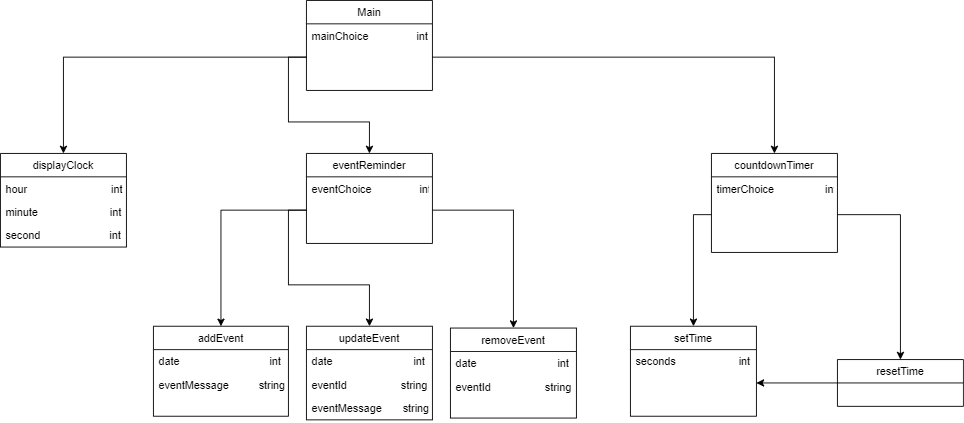
Earlier version of the draw.io export 2_Design/classdiagram.png (HritujWadyalkar/STEPin_MiniProject). Source tidied: cells renumbered, new cells last; positions are measured from the earlier drawing's top-left corner, leaving out a move shared by most shapes.
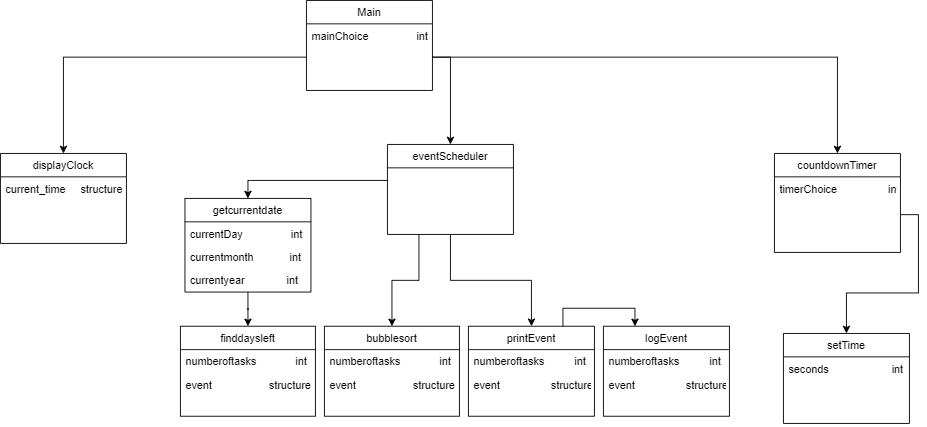
The same diagram one commit later.

Change to the diagram source:
```diff
@@ -2,14 +2,24 @@
   <root>
     <mxCell id="0" />
     <mxCell id="1" parent="0" />
+    <mxCell id="34" style="edgeStyle=orthogonalEdgeStyle;rounded=0;jettySize=auto;html=1;entryX=0.5;entryY=0;entryDx=0;entryDy=0;" parent="1" edge="1" source="2" target="38">
+      <mxGeometry relative="1" as="geometry" />
+    </mxCell>
+    <mxCell id="35" style="edgeStyle=orthogonalEdgeStyle;rounded=0;jettySize=auto;html=1;exitX=0.25;exitY=1;exitDx=0;exitDy=0;entryX=0.5;entryY=0;entryDx=0;entryDy=0;" parent="1" edge="1" source="2" target="41">
+      <mxGeometry relative="1" as="geometry" />
+    </mxCell>
+    <mxCell id="36" style="edgeStyle=orthogonalEdgeStyle;rounded=0;jettySize=auto;html=1;entryX=0.5;entryY=0;entryDx=0;entryDy=0;" parent="1" edge="1" source="2" target="45">
+      <mxGeometry relative="1" as="geometry">
+        <Array as="points">
+          <mxPoint x="275" y="200" />
+        </Array>
+      </mxGeometry>
+    </mxCell>
-    <mxCell id="2" value="eventReminder" style="swimlane;fontStyle=0;horizontal=1;startSize=26;fillColor=none;" parent="1" vertex="1">
-      <mxGeometry x="340" y="170" width="140" height="100" as="geometry" />
+    <mxCell id="2" value="eventScheduler" style="swimlane;fontStyle=0;horizontal=1;startSize=26;fillColor=none;" parent="1" vertex="1">
+      <mxGeometry x="430" y="160" width="140" height="100" as="geometry" />
     </mxCell>
-    <mxCell id="3" value="eventChoice                int" style="text;strokeColor=none;fillColor=none;align=left;verticalAlign=top;spacingLeft=4;spacingRight=4;overflow=hidden;points=[[0,0.5],[1,0.5]];portConstraint=eastwest;" parent="2" vertex="1">
-      <mxGeometry y="26" width="140" height="74" as="geometry" />
-    </mxCell>
     <mxCell id="4" value="countdownTimer" style="swimlane;fontStyle=0;horizontal=1;startSize=26;fillColor=none;" parent="1" vertex="1">
-      <mxGeometry x="790" y="170" width="140" height="110" as="geometry" />
+      <mxGeometry x="860" y="170" width="140" height="110" as="geometry" />
     </mxCell>
     <mxCell id="5" value="timerChoice                 int" style="text;strokeColor=none;fillColor=none;align=left;verticalAlign=top;spacingLeft=4;spacingRight=4;overflow=hidden;points=[[0,0.5],[1,0.5]];portConstraint=eastwest;" parent="4" vertex="1">
       <mxGeometry y="26" width="140" height="84" as="geometry" />
@@ -21,55 +31,31 @@
       <mxGeometry y="26" width="140" height="74" as="geometry" />
     </mxCell>
     <mxCell id="8" value="displayClock" style="swimlane;fontStyle=0;horizontal=1;startSize=26;fillColor=none;" parent="1" vertex="1">
-      <mxGeometry y="170" width="140" height="104" as="geometry" />
+      <mxGeometry y="170" width="140" height="100" as="geometry" />
     </mxCell>
-    <mxCell id="9" value="hour                            int" style="text;strokeColor=none;fillColor=none;align=left;verticalAlign=top;spacingLeft=4;spacingRight=4;overflow=hidden;" parent="8" vertex="1">
-      <mxGeometry y="26" width="140" height="26" as="geometry" />
+    <mxCell id="9" value="current_time     structure" style="text;strokeColor=none;fillColor=none;align=left;verticalAlign=top;spacingLeft=4;spacingRight=4;overflow=hidden;" parent="8" vertex="1">
+      <mxGeometry y="26" width="140" height="74" as="geometry" />
     </mxCell>
-    <mxCell id="10" value="minute                        int" style="text;strokeColor=none;fillColor=none;align=left;verticalAlign=top;spacingLeft=4;spacingRight=4;overflow=hidden;" parent="8" vertex="1">
-      <mxGeometry y="52" width="140" height="26" as="geometry" />
-    </mxCell>
-    <mxCell id="11" value="second                       int" style="text;strokeColor=none;fillColor=none;align=left;verticalAlign=top;spacingLeft=4;spacingRight=4;overflow=hidden;" parent="8" vertex="1">
-      <mxGeometry y="78" width="140" height="26" as="geometry" />
-    </mxCell>
-    <mxCell id="12" value="addEvent" style="swimlane;fontStyle=0;horizontal=1;startSize=26;fillColor=none;" parent="1" vertex="1">
-      <mxGeometry x="170" y="362" width="150" height="100" as="geometry" />
+    <mxCell id="12" value="finddaysleft" style="swimlane;fontStyle=0;horizontal=1;startSize=26;fillColor=none;" parent="1" vertex="1">
+      <mxGeometry x="200" y="362" width="150" height="100" as="geometry" />
     </mxCell>
-    <mxCell id="13" value="date                              int" style="text;strokeColor=none;fillColor=none;align=left;verticalAlign=top;spacingLeft=4;spacingRight=4;overflow=hidden;" parent="12" vertex="1">
+    <mxCell id="13" value="numberoftasks             int" style="text;strokeColor=none;fillColor=none;align=left;verticalAlign=top;spacingLeft=4;spacingRight=4;overflow=hidden;" parent="12" vertex="1">
       <mxGeometry y="26" width="150" height="26" as="geometry" />
     </mxCell>
-    <mxCell id="14" value="eventMessage          string" style="text;strokeColor=none;fillColor=none;align=left;verticalAlign=top;spacingLeft=4;spacingRight=4;overflow=hidden;" parent="12" vertex="1">
+    <mxCell id="14" value="event                   structure" style="text;strokeColor=none;fillColor=none;align=left;verticalAlign=top;spacingLeft=4;spacingRight=4;overflow=hidden;" parent="12" vertex="1">
       <mxGeometry y="52" width="150" height="48" as="geometry" />
     </mxCell>
-    <mxCell id="15" value="updateEvent" style="swimlane;fontStyle=0;horizontal=1;startSize=26;fillColor=none;" parent="1" vertex="1">
-      <mxGeometry x="340" y="362" width="140" height="104" as="geometry" />
-    </mxCell>
-    <mxCell id="16" value="date                           int       " style="text;strokeColor=none;fillColor=none;align=left;verticalAlign=top;spacingLeft=4;spacingRight=4;overflow=hidden;" parent="15" vertex="1">
-      <mxGeometry y="26" width="140" height="26" as="geometry" />
-    </mxCell>
-    <mxCell id="17" value="eventId                  string" style="text;strokeColor=none;fillColor=none;align=left;verticalAlign=top;spacingLeft=4;spacingRight=4;overflow=hidden;" parent="15" vertex="1">
-      <mxGeometry y="52" width="140" height="26" as="geometry" />
-    </mxCell>
-    <mxCell id="18" value="eventMessage       string" style="text;strokeColor=none;fillColor=none;align=left;verticalAlign=top;spacingLeft=4;spacingRight=4;overflow=hidden;" parent="15" vertex="1">
-      <mxGeometry y="78" width="140" height="26" as="geometry" />
-    </mxCell>
-    <mxCell id="19" value="removeEvent" style="swimlane;fontStyle=0;horizontal=1;startSize=26;fillColor=none;" parent="1" vertex="1">
-      <mxGeometry x="500" y="364" width="140" height="100" as="geometry" />
+    <mxCell id="19" value="logEvent" style="swimlane;fontStyle=0;horizontal=1;startSize=26;fillColor=none;" parent="1" vertex="1">
+      <mxGeometry x="670" y="362" width="140" height="100" as="geometry" />
     </mxCell>
-    <mxCell id="20" value="date                           int" style="text;strokeColor=none;fillColor=none;align=left;verticalAlign=top;spacingLeft=4;spacingRight=4;overflow=hidden;" parent="19" vertex="1">
+    <mxCell id="20" value="numberoftasks          int" style="text;strokeColor=none;fillColor=none;align=left;verticalAlign=top;spacingLeft=4;spacingRight=4;overflow=hidden;" parent="19" vertex="1">
       <mxGeometry y="26" width="140" height="26" as="geometry" />
     </mxCell>
-    <mxCell id="21" value="eventId                  string" style="text;strokeColor=none;fillColor=none;align=left;verticalAlign=top;spacingLeft=4;spacingRight=4;overflow=hidden;" parent="19" vertex="1">
+    <mxCell id="21" value="event                 structure" style="text;strokeColor=none;fillColor=none;align=left;verticalAlign=top;spacingLeft=4;spacingRight=4;overflow=hidden;" parent="19" vertex="1">
       <mxGeometry y="52" width="140" height="48" as="geometry" />
     </mxCell>
-    <mxCell id="22" style="edgeStyle=orthogonalEdgeStyle;rounded=0;jettySize=auto;html=1;entryX=1;entryY=0.5;entryDx=0;entryDy=0;" parent="1" edge="1" source="23" target="25">
-      <mxGeometry relative="1" as="geometry" />
-    </mxCell>
-    <mxCell id="23" value="resetTime" style="swimlane;fontStyle=0;horizontal=1;startSize=26;fillColor=none;" parent="1" vertex="1">
-      <mxGeometry x="930" y="399" width="140" height="52" as="geometry" />
-    </mxCell>
     <mxCell id="24" value="setTime" style="swimlane;fontStyle=0;horizontal=1;startSize=26;fillColor=none;" parent="1" vertex="1">
-      <mxGeometry x="700" y="362" width="140" height="100" as="geometry" />
+      <mxGeometry x="870" y="370" width="140" height="100" as="geometry" />
     </mxCell>
     <mxCell id="25" value="seconds                     int" style="text;strokeColor=none;fillColor=none;align=left;verticalAlign=top;spacingLeft=4;spacingRight=4;overflow=hidden;points=[[0,0.5],[1,0.5]];portConstraint=eastwest;" parent="24" vertex="1">
       <mxGeometry y="26" width="140" height="74" as="geometry" />
@@ -83,20 +69,44 @@
     <mxCell id="28" style="edgeStyle=orthogonalEdgeStyle;rounded=0;jettySize=auto;html=1;entryX=0.5;entryY=0;entryDx=0;entryDy=0;" parent="1" edge="1" source="7" target="4">
       <mxGeometry relative="1" as="geometry" />
     </mxCell>
-    <mxCell id="29" style="edgeStyle=orthogonalEdgeStyle;rounded=0;jettySize=auto;html=1;entryX=0.5;entryY=0;entryDx=0;entryDy=0;" parent="1" edge="1" source="3" target="12">
-      <mxGeometry relative="1" as="geometry" />
-    </mxCell>
-    <mxCell id="30" style="edgeStyle=orthogonalEdgeStyle;rounded=0;jettySize=auto;html=1;entryX=0.5;entryY=0;entryDx=0;entryDy=0;" parent="1" edge="1" source="3" target="15">
-      <mxGeometry relative="1" as="geometry" />
-    </mxCell>
-    <mxCell id="31" style="edgeStyle=orthogonalEdgeStyle;rounded=0;jettySize=auto;html=1;entryX=0.5;entryY=0;entryDx=0;entryDy=0;" parent="1" edge="1" source="3" target="19">
-      <mxGeometry relative="1" as="geometry" />
-    </mxCell>
     <mxCell id="32" style="edgeStyle=orthogonalEdgeStyle;rounded=0;jettySize=auto;html=1;entryX=0.5;entryY=0;entryDx=0;entryDy=0;" parent="1" edge="1" source="5" target="24">
       <mxGeometry relative="1" as="geometry" />
     </mxCell>
-    <mxCell id="33" style="edgeStyle=orthogonalEdgeStyle;rounded=0;jettySize=auto;html=1;" parent="1" edge="1" source="5" target="23">
-      <mxGeometry relative="1" as="geometry" />
-    </mxCell>
+    <mxCell id="37" style="edgeStyle=orthogonalEdgeStyle;rounded=0;jettySize=auto;html=1;exitX=0.75;exitY=0;exitDx=0;exitDy=0;entryX=0.25;entryY=0;entryDx=0;entryDy=0;" parent="1" edge="1" source="38" target="19">
+      <mxGeometry relative="1" as="geometry" />
+    </mxCell>
+    <mxCell id="38" value="printEvent" style="swimlane;fontStyle=0;horizontal=1;startSize=26;fillColor=none;" parent="1" vertex="1">
+      <mxGeometry x="520" y="362" width="140" height="100" as="geometry" />
+    </mxCell>
+    <mxCell id="39" value="numberoftasks          int" style="text;strokeColor=none;fillColor=none;align=left;verticalAlign=top;spacingLeft=4;spacingRight=4;overflow=hidden;" parent="38" vertex="1">
+      <mxGeometry y="26" width="140" height="26" as="geometry" />
+    </mxCell>
+    <mxCell id="40" value="event                 structure" style="text;strokeColor=none;fillColor=none;align=left;verticalAlign=top;spacingLeft=4;spacingRight=4;overflow=hidden;" parent="38" vertex="1">
+      <mxGeometry y="52" width="140" height="48" as="geometry" />
+    </mxCell>
+    <mxCell id="41" value="bubblesort" style="swimlane;fontStyle=0;horizontal=1;startSize=26;fillColor=none;" parent="1" vertex="1">
+      <mxGeometry x="360" y="362" width="150" height="100" as="geometry" />
+    </mxCell>
+    <mxCell id="42" value="numberoftasks             int" style="text;strokeColor=none;fillColor=none;align=left;verticalAlign=top;spacingLeft=4;spacingRight=4;overflow=hidden;" parent="41" vertex="1">
+      <mxGeometry y="26" width="150" height="26" as="geometry" />
+    </mxCell>
+    <mxCell id="43" value="event                   structure" style="text;strokeColor=none;fillColor=none;align=left;verticalAlign=top;spacingLeft=4;spacingRight=4;overflow=hidden;" parent="41" vertex="1">
+      <mxGeometry y="52" width="150" height="48" as="geometry" />
+    </mxCell>
+    <mxCell id="44" style="edgeStyle=orthogonalEdgeStyle;rounded=0;jettySize=auto;html=1;" parent="1" edge="1" source="45" target="12">
+      <mxGeometry relative="1" as="geometry" />
+    </mxCell>
+    <mxCell id="45" value="getcurrentdate" style="swimlane;fontStyle=0;horizontal=1;startSize=26;fillColor=none;" parent="1" vertex="1">
+      <mxGeometry x="205" y="220" width="140" height="104" as="geometry" />
+    </mxCell>
+    <mxCell id="46" value="currentDay                int" style="text;strokeColor=none;fillColor=none;align=left;verticalAlign=top;spacingLeft=4;spacingRight=4;overflow=hidden;" parent="45" vertex="1">
+      <mxGeometry y="26" width="140" height="26" as="geometry" />
+    </mxCell>
+    <mxCell id="47" value="currentmonth            int" style="text;strokeColor=none;fillColor=none;align=left;verticalAlign=top;spacingLeft=4;spacingRight=4;overflow=hidden;" parent="45" vertex="1">
+      <mxGeometry y="52" width="140" height="26" as="geometry" />
+    </mxCell>
+    <mxCell id="48" value="currentyear              int" style="text;strokeColor=none;fillColor=none;align=left;verticalAlign=top;spacingLeft=4;spacingRight=4;overflow=hidden;" parent="45" vertex="1">
+      <mxGeometry y="78" width="140" height="26" as="geometry" />
+    </mxCell>
   </root>
 </mxGraphModel>
```
